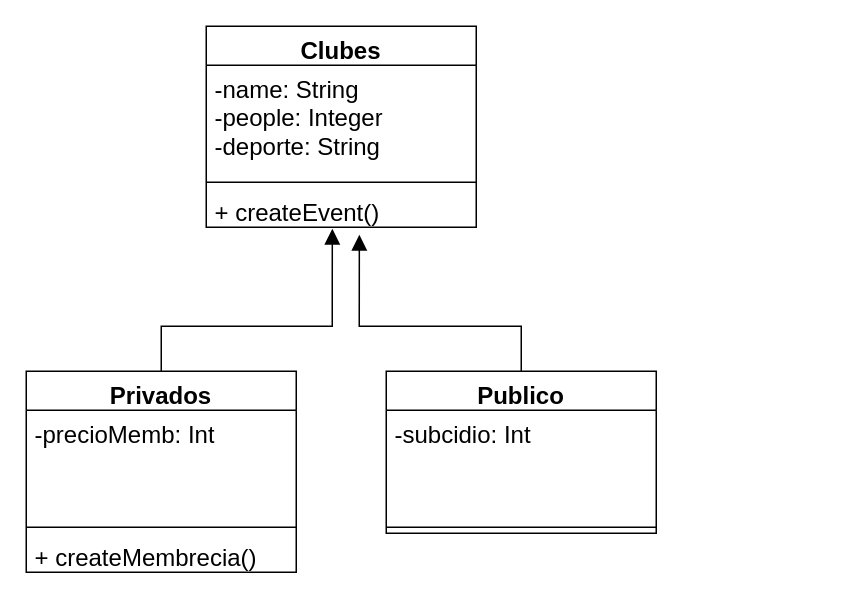
This is src/Diagrama sin título.drawio from gablon29/javaChallenges, a draw.io file, before an edit. Source tidied: cells renumbered, new cells numbered last; positions are measured from the earlier drawing's top-left corner, leaving out a move shared by most shapes. Both pictures are drawn from the tidied source at 150%, with x=0, y=0 at pixel (26, 26).
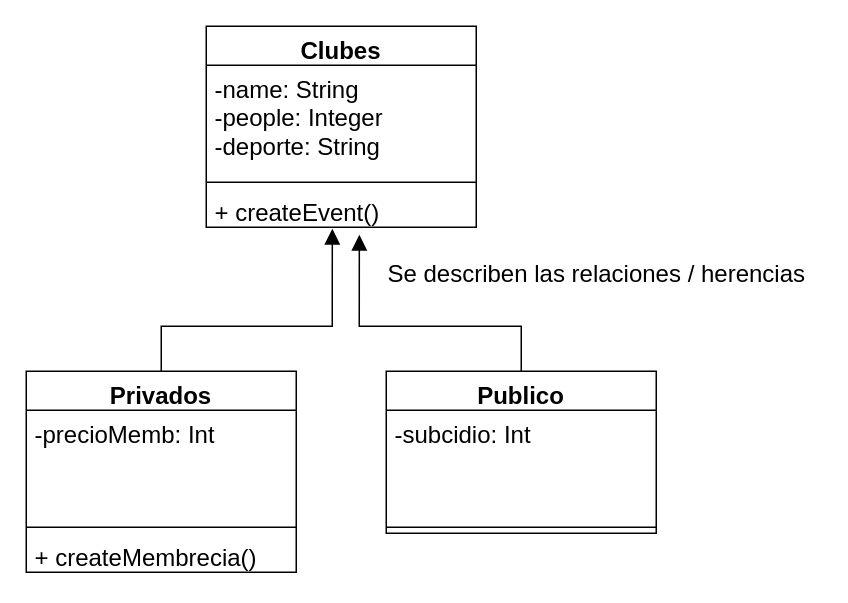
The same page after the edit.

The edit, as a diff of the source:
```diff
@@
 <mxGraphModel>
   <root>
     <mxCell id="0" />
     <mxCell id="1" parent="0" />
     <mxCell id="2" value="Clubes&lt;br&gt;" style="swimlane;fontStyle=1;align=center;verticalAlign=top;horizontal=1;startSize=26;whiteSpace=wrap;html=1;fontSize=16;" parent="1" vertex="1">
       <mxGeometry x="120" width="180" height="134" as="geometry" />
     </mxCell>
     <mxCell id="3" value="-name: String&lt;br&gt;-people: Integer&lt;br&gt;-deporte: String" style="text;strokeColor=none;fillColor=none;align=left;verticalAlign=top;spacingLeft=4;spacingRight=4;overflow=hidden;whiteSpace=wrap;html=1;fontSize=16;" parent="2" vertex="1">
       <mxGeometry y="26" width="180" height="74" as="geometry" />
     </mxCell>
     <mxCell id="4" style="line;strokeWidth=1;fillColor=none;align=left;verticalAlign=middle;spacingTop=-1;spacingLeft=3;spacingRight=3;labelPosition=right;strokeColor=inherit;fontSize=16;" parent="2" vertex="1">
       <mxGeometry y="100" width="180" height="8" as="geometry" />
     </mxCell>
     <mxCell id="5" value="+ createEvent()" style="text;strokeColor=none;fillColor=none;align=left;verticalAlign=top;spacingLeft=4;spacingRight=4;overflow=hidden;points=[[0,0.5],[1,0.5]];portConstraint=eastwest;whiteSpace=wrap;html=1;fontSize=16;" parent="2" vertex="1">
       <mxGeometry y="108" width="180" height="26" as="geometry" />
     </mxCell>
     <mxCell id="6" value="Privados" style="swimlane;fontStyle=1;align=center;verticalAlign=top;horizontal=1;startSize=26;whiteSpace=wrap;html=1;fontSize=16;" parent="1" vertex="1">
       <mxGeometry y="230" width="180" height="134" as="geometry" />
     </mxCell>
     <mxCell id="7" value="-precioMemb: Int" style="text;strokeColor=none;fillColor=none;align=left;verticalAlign=top;spacingLeft=4;spacingRight=4;overflow=hidden;whiteSpace=wrap;html=1;fontSize=16;" parent="6" vertex="1">
       <mxGeometry y="26" width="180" height="74" as="geometry" />
     </mxCell>
     <mxCell id="8" style="line;strokeWidth=1;fillColor=none;align=left;verticalAlign=middle;spacingTop=-1;spacingLeft=3;spacingRight=3;labelPosition=right;strokeColor=inherit;fontSize=16;" parent="6" vertex="1">
       <mxGeometry y="100" width="180" height="8" as="geometry" />
     </mxCell>
     <mxCell id="9" value="+ createMembrecia()" style="text;strokeColor=none;fillColor=none;align=left;verticalAlign=top;spacingLeft=4;spacingRight=4;overflow=hidden;whiteSpace=wrap;html=1;fontSize=16;" parent="6" vertex="1">
       <mxGeometry y="108" width="180" height="26" as="geometry" />
     </mxCell>
     <mxCell id="10" value="Publico" style="swimlane;fontStyle=1;align=center;verticalAlign=top;horizontal=1;startSize=26;whiteSpace=wrap;html=1;fontSize=16;" parent="1" vertex="1">
       <mxGeometry x="240" y="230" width="180" height="108" as="geometry" />
     </mxCell>
     <mxCell id="11" value="-subcidio: Int" style="text;strokeColor=none;fillColor=none;align=left;verticalAlign=top;spacingLeft=4;spacingRight=4;overflow=hidden;whiteSpace=wrap;html=1;fontSize=16;" parent="10" vertex="1">
       <mxGeometry y="26" width="180" height="74" as="geometry" />
     </mxCell>
     <mxCell id="12" style="line;strokeWidth=1;fillColor=none;align=left;verticalAlign=middle;spacingTop=-1;spacingLeft=3;spacingRight=3;labelPosition=right;strokeColor=inherit;fontSize=16;" parent="10" vertex="1">
       <mxGeometry y="100" width="180" height="8" as="geometry" />
     </mxCell>
     <mxCell id="13" style="html=1;verticalAlign=bottom;endArrow=block;curved=0;rounded=0;fontSize=12;startSize=8;endSize=8;exitX=0.5;exitY=0;exitDx=0;exitDy=0;entryX=0.567;entryY=1.192;entryDx=0;entryDy=0;entryPerimeter=0;" parent="1" edge="1" source="10" target="5">
       <mxGeometry x="0.09" y="19" relative="1" as="geometry">
         <Array as="points">
           <mxPoint x="330" y="200" />
           <mxPoint x="222" y="200" />
         </Array>
         <mxPoint x="1" as="offset" />
       </mxGeometry>
     </mxCell>
     <mxCell id="14" style="html=1;verticalAlign=bottom;endArrow=block;curved=0;rounded=0;fontSize=12;startSize=8;endSize=8;exitX=0.5;exitY=0;exitDx=0;exitDy=0;entryX=0.467;entryY=1.038;entryDx=0;entryDy=0;entryPerimeter=0;" parent="1" edge="1" source="6" target="5">
       <mxGeometry relative="1" as="geometry">
         <Array as="points">
           <mxPoint x="90" y="200" />
           <mxPoint x="204" y="200" />
           <mxPoint x="204" y="170" />
         </Array>
       </mxGeometry>
     </mxCell>
+    <mxCell id="15" value="Se describen las relaciones / herencias" style="text;html=1;align=center;verticalAlign=middle;strokeColor=none;fillColor=none;fontSize=16;" parent="1" vertex="1">
+      <mxGeometry x="230" y="150" width="300" height="30" as="geometry" />
+    </mxCell>
   </root>
 </mxGraphModel>
```
